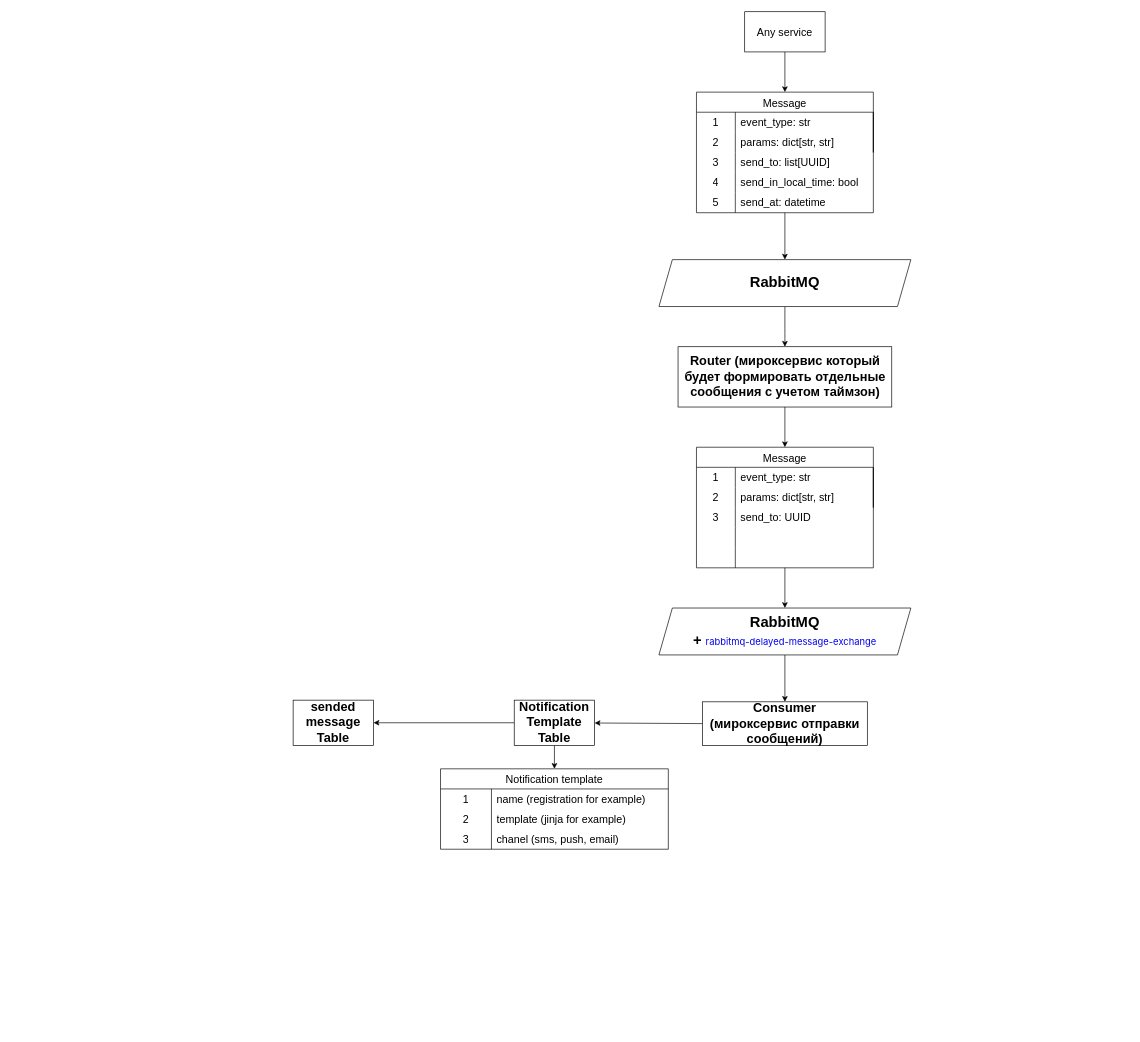
This is notifications/schema.drawio from Alexander-Gorbunov-gth/YP_team_sprint, a draw.io file, before an edit. Source tidied: cells renumbered, new cells numbered last; positions are measured from the earlier drawing's top-left corner, leaving out a move shared by most shapes. Both pictures are drawn from the tidied source at 67%, with x=0, y=0 at pixel (293, 11).
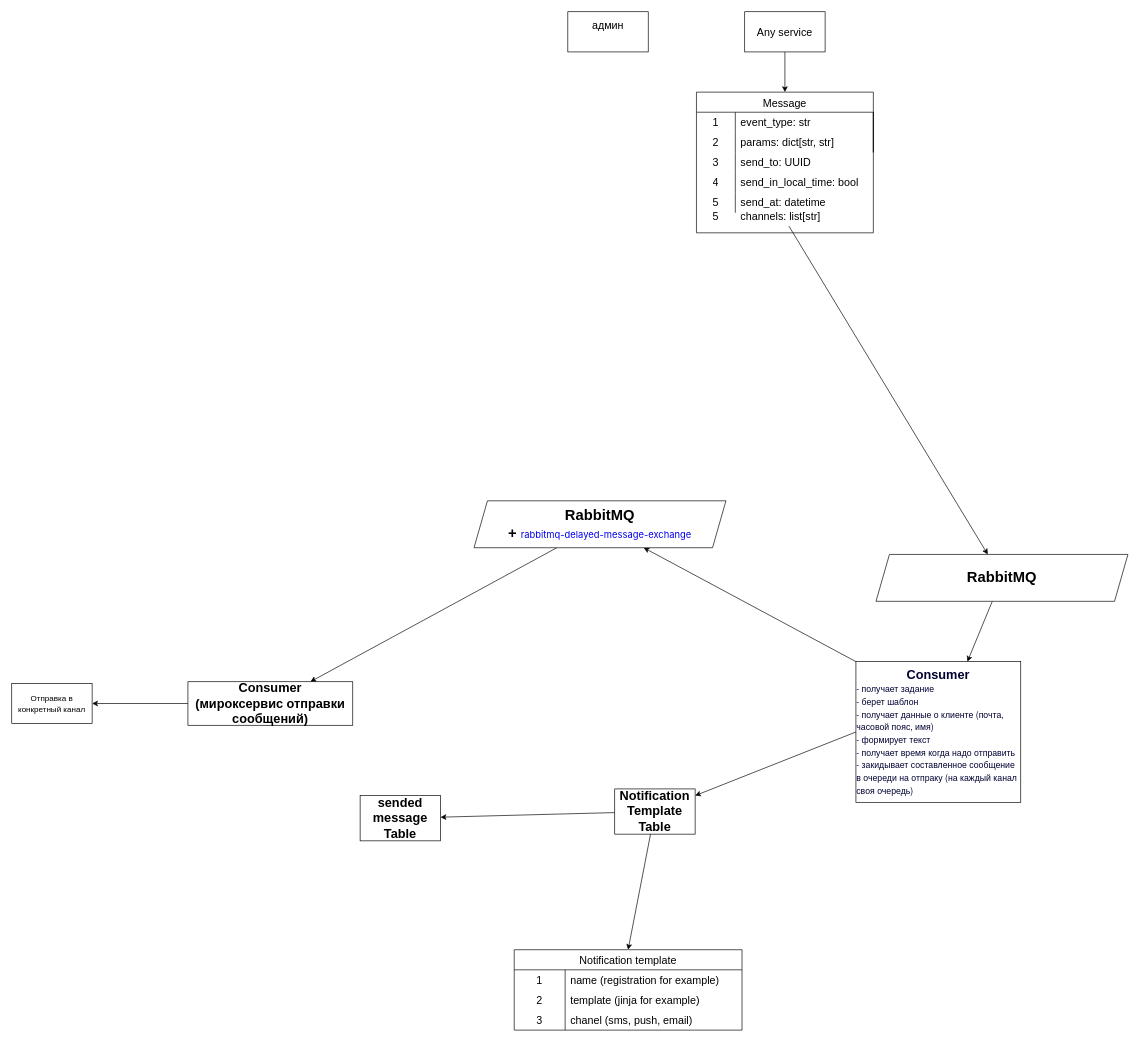
Above is the later version.

Unchanged cells that the change refers to:
```xml
<mxCell id="14" style="shape=tableRow;horizontal=0;startSize=0;swimlaneHead=0;swimlaneBody=0;top=0;left=0;bottom=0;right=0;fillColor=none;strokeColor=inherit;fontSize=16;" parent="5" vertex="1">
  <mxGeometry y="90" width="264" height="30" as="geometry" />
</mxCell>
```

Change to the diagram source:
```diff
@@
-    <mxCell id="2" style="edgeStyle=none;html=1;" parent="1" edge="1" source="3" target="27">
-      <mxGeometry relative="1" as="geometry">
-        <Array as="points">
-          <mxPoint x="734" y="490" />
-        </Array>
-      </mxGeometry>
-    </mxCell>
+    <mxCell id="64" style="edgeStyle=none;html=1;" parent="1" edge="1" source="3" target="41">
+      <mxGeometry relative="1" as="geometry" />
+    </mxCell>
     <mxCell id="3" value="&lt;font style=&quot;font-size: 22px;&quot;&gt;&lt;b&gt;RabbitMQ&lt;/b&gt;&lt;/font&gt;" style="shape=parallelogram;perimeter=parallelogramPerimeter;whiteSpace=wrap;html=1;fixedSize=1;" parent="1" vertex="1">
-      <mxGeometry x="546" y="370" width="376" height="70" as="geometry" />
+      <mxGeometry x="870" y="810" width="376" height="70" as="geometry" />
     </mxCell>
-    <mxCell id="4" style="edgeStyle=none;html=1;" parent="1" edge="1" source="5" target="3">
-      <mxGeometry relative="1" as="geometry" />
-    </mxCell>
     <mxCell id="5" value="Message" style="shape=table;startSize=30;childLayout=tableLayout;rowLines=0;fontStyle=0;strokeColor=default;fontSize=16;" parent="1" vertex="1">
-      <mxGeometry x="602" y="120" width="264" height="180" as="geometry" />
+      <mxGeometry x="602" y="120" width="264" height="210" as="geometry" />
     </mxCell>
@@
-    <mxCell id="16" value="send_to: list[UUID]" style="shape=partialRectangle;html=1;whiteSpace=wrap;fillColor=none;top=0;left=0;bottom=0;right=0;align=left;spacingLeft=6;overflow=hidden;strokeColor=inherit;fontSize=16;" parent="14" vertex="1">
+    <mxCell id="16" value="send_to: UUID" style="shape=partialRectangle;html=1;whiteSpace=wrap;fillColor=none;top=0;left=0;bottom=0;right=0;align=left;spacingLeft=6;overflow=hidden;strokeColor=inherit;fontSize=16;" parent="14" vertex="1">
       <mxGeometry x="58" width="206" height="30" as="geometry" />
     </mxCell>
@@
-    <mxCell id="26" style="edgeStyle=none;html=1;" parent="1" edge="1" source="43" target="41">
+    <mxCell id="26" style="edgeStyle=none;html=1;exitX=0;exitY=0;exitDx=0;exitDy=0;" parent="1" edge="1" source="41" target="43">
       <mxGeometry relative="1" as="geometry" />
     </mxCell>
-    <mxCell id="27" value="&lt;div&gt;&lt;font style=&quot;font-size: 19px;&quot;&gt;&lt;b&gt;Router (мироксервис который будет формировать отдельные сообщения с учетом таймзон)&lt;/b&gt;&lt;/font&gt;&lt;/div&gt;" style="whiteSpace=wrap;html=1;" parent="1" vertex="1">
-      <mxGeometry x="574.5" y="500" width="319" height="90" as="geometry" />
-    </mxCell>
@@
     <mxCell id="30" value="&lt;b&gt;&lt;font style=&quot;font-size: 19px;&quot;&gt;Notification&lt;/font&gt;&lt;/b&gt;&lt;div&gt;&lt;b&gt;&lt;font style=&quot;font-size: 19px;&quot;&gt;Template&lt;/font&gt;&lt;/b&gt;&lt;/div&gt;&lt;div&gt;&lt;b&gt;&lt;font style=&quot;font-size: 19px;&quot;&gt;Table&lt;/font&gt;&lt;/b&gt;&lt;/div&gt;" style="whiteSpace=wrap;html=1;" parent="1" vertex="1">
-      <mxGeometry x="330" y="1027.5" width="120" height="67.5" as="geometry" />
+      <mxGeometry x="480" y="1160" width="120" height="67.5" as="geometry" />
     </mxCell>
     <mxCell id="31" value="Notification template" style="shape=table;startSize=30;childLayout=tableLayout;rowLines=0;fontStyle=0;strokeColor=default;fontSize=16;" parent="1" vertex="1">
-      <mxGeometry x="220" y="1130" width="340" height="120" as="geometry" />
+      <mxGeometry x="330" y="1400" width="340" height="120" as="geometry" />
     </mxCell>
@@
-    <mxCell id="41" value="&lt;font style=&quot;font-size: 19px;&quot;&gt;&lt;b&gt;Consumer&lt;/b&gt;&lt;/font&gt;&lt;div&gt;&lt;font style=&quot;font-size: 19px;&quot;&gt;&lt;b&gt;(мироксервис отправки сообщений)&lt;/b&gt;&lt;/font&gt;&lt;/div&gt;" style="whiteSpace=wrap;html=1;" parent="1" vertex="1">
-      <mxGeometry x="611" y="1030" width="246" height="65" as="geometry" />
+    <mxCell id="41" value="&lt;font style=&quot;font-size: 19px; color: rgb(0, 0, 51);&quot;&gt;&lt;b&gt;Consumer&lt;/b&gt;&lt;/font&gt;&lt;div&gt;&lt;p style=&quot;margin: 0px; font-variant-numeric: normal; font-variant-east-asian: normal; font-variant-alternates: normal; font-size-adjust: none; font-kerning: auto; font-optical-sizing: auto; font-feature-settings: normal; font-variation-settings: normal; font-variant-position: normal; font-variant-emoji: normal; font-stretch: normal; font-size: 13px; line-height: normal; font-family: &amp;quot;Helvetica Neue&amp;quot;; text-align: start;&quot; class=&quot;p1&quot;&gt;&lt;font style=&quot;color: rgb(0, 0, 51);&quot;&gt;- получает задание&lt;/font&gt;&lt;/p&gt;&lt;p style=&quot;margin: 0px; font-variant-numeric: normal; font-variant-east-asian: normal; font-variant-alternates: normal; font-size-adjust: none; font-kerning: auto; font-optical-sizing: auto; font-feature-settings: normal; font-variation-settings: normal; font-variant-position: normal; font-variant-emoji: normal; font-stretch: normal; font-size: 13px; line-height: normal; font-family: &amp;quot;Helvetica Neue&amp;quot;; text-align: start;&quot; class=&quot;p1&quot;&gt;&lt;font style=&quot;color: rgb(0, 0, 51);&quot;&gt;- берет шаблон&lt;/font&gt;&lt;/p&gt;&lt;p style=&quot;margin: 0px; font-variant-numeric: normal; font-variant-east-asian: normal; font-variant-alternates: normal; font-size-adjust: none; font-kerning: auto; font-optical-sizing: auto; font-feature-settings: normal; font-variation-settings: normal; font-variant-position: normal; font-variant-emoji: normal; font-stretch: normal; font-size: 13px; line-height: normal; font-family: &amp;quot;Helvetica Neue&amp;quot;; text-align: start;&quot; class=&quot;p1&quot;&gt;&lt;font style=&quot;color: rgb(0, 0, 51);&quot;&gt;- получает данные о клиенте (почта, часовой пояс, имя)&lt;/font&gt;&lt;/p&gt;&lt;p style=&quot;margin: 0px; font-variant-numeric: normal; font-variant-east-asian: normal; font-variant-alternates: normal; font-size-adjust: none; font-kerning: auto; font-optical-sizing: auto; font-feature-settings: normal; font-variation-settings: normal; font-variant-position: normal; font-variant-emoji: normal; font-stretch: normal; font-size: 13px; line-height: normal; font-family: &amp;quot;Helvetica Neue&amp;quot;; text-align: start;&quot; class=&quot;p1&quot;&gt;&lt;font style=&quot;color: rgb(0, 0, 51);&quot;&gt;- формирует текст&lt;/font&gt;&lt;/p&gt;&lt;p style=&quot;margin: 0px; font-variant-numeric: normal; font-variant-east-asian: normal; font-variant-alternates: normal; font-size-adjust: none; font-kerning: auto; font-optical-sizing: auto; font-feature-settings: normal; font-variation-settings: normal; font-variant-position: normal; font-variant-emoji: normal; font-stretch: normal; font-size: 13px; line-height: normal; font-family: &amp;quot;Helvetica Neue&amp;quot;; text-align: start;&quot; class=&quot;p1&quot;&gt;&lt;font style=&quot;color: rgb(0, 0, 51);&quot;&gt;- получает время когда надо отправить&lt;/font&gt;&lt;/p&gt;&lt;p style=&quot;margin: 0px; font-variant-numeric: normal; font-variant-east-asian: normal; font-variant-alternates: normal; font-size-adjust: none; font-kerning: auto; font-optical-sizing: auto; font-feature-settings: normal; font-variation-settings: normal; font-variant-position: normal; font-variant-emoji: normal; font-stretch: normal; font-size: 13px; line-height: normal; font-family: &amp;quot;Helvetica Neue&amp;quot;; text-align: start;&quot; class=&quot;p1&quot;&gt;&lt;font style=&quot;color: rgb(0, 0, 51);&quot;&gt;- закидывает составленное сообщение в очереди на отпраку (на каждый канал своя очередь)&lt;/font&gt;&lt;/p&gt;&lt;/div&gt;" style="whiteSpace=wrap;html=1;" parent="1" vertex="1">
+      <mxGeometry x="840" y="970" width="246" height="210" as="geometry" />
     </mxCell>
-    <mxCell id="42" style="edgeStyle=none;html=1;entryX=0.5;entryY=0;entryDx=0;entryDy=0;" parent="1" edge="1" source="27" target="46">
-      <mxGeometry relative="1" as="geometry" />
-    </mxCell>
+    <mxCell id="65" style="edgeStyle=none;html=1;" parent="1" edge="1" source="43" target="70">
+      <mxGeometry relative="1" as="geometry" />
+    </mxCell>
     <mxCell id="43" value="&lt;font style=&quot;font-size: 22px;&quot;&gt;&lt;b&gt;RabbitMQ&lt;/b&gt;&lt;/font&gt;&lt;div&gt;&lt;font style=&quot;font-size: 22px;&quot;&gt;&lt;b&gt;+&amp;nbsp;&lt;/b&gt;&lt;/font&gt;&lt;a style=&quot;background: var(--control-transparent-bgColor-hover); font-weight: var(--base-text-weight-semibold); box-sizing: border-box; align-items: center; min-width: 3ch; line-height: var(--text-body-lineHeight-medium, 1.4285714286); border-radius: var(--borderRadius-medium); padding-inline: var(--base-size-6); padding-block: var(--base-size-4); font-family: -apple-system, BlinkMacSystemFont, &amp;quot;Segoe UI&amp;quot;, &amp;quot;Noto Sans&amp;quot;, Helvetica, Arial, sans-serif, &amp;quot;Apple Color Emoji&amp;quot;, &amp;quot;Segoe UI Emoji&amp;quot;; font-size: 14px; text-align: start; display: inline !important; text-decoration-line: none !important;&quot; class=&quot;AppHeader-context-item&quot; id=&quot;contextregion-repositorycrumb-rabbitmq-delayed-message-exchange-link&quot; aria-current=&quot;page&quot; href=&quot;https://github.com/rabbitmq/rabbitmq-delayed-message-exchange&quot; data-analytics-event=&quot;{&amp;quot;category&amp;quot;:&amp;quot;SiteHeaderComponent&amp;quot;,&amp;quot;action&amp;quot;:&amp;quot;context_region_crumb&amp;quot;,&amp;quot;label&amp;quot;:&amp;quot;rabbitmq-delayed-message-exchange&amp;quot;,&amp;quot;screen_size&amp;quot;:&amp;quot;full&amp;quot;}&quot;&gt;&lt;span style=&quot;box-sizing: border-box; display: inline !important; overflow: hidden; text-overflow: ellipsis; text-wrap-mode: nowrap;&quot; class=&quot;AppHeader-context-item-label&quot;&gt;rabbitmq-delayed-message-exchange&lt;/span&gt;&lt;/a&gt;&lt;/div&gt;" style="shape=parallelogram;perimeter=parallelogramPerimeter;whiteSpace=wrap;html=1;fixedSize=1;" parent="1" vertex="1">
-      <mxGeometry x="546" y="890" width="376" height="70" as="geometry" />
+      <mxGeometry x="270" y="730" width="376" height="70" as="geometry" />
     </mxCell>
     <mxCell id="44" value="&lt;span style=&quot;font-size: 19px;&quot;&gt;&lt;b&gt;sended message&lt;/b&gt;&lt;/span&gt;&lt;div&gt;&lt;b&gt;&lt;font style=&quot;font-size: 19px;&quot;&gt;Table&lt;/font&gt;&lt;/b&gt;&lt;/div&gt;" style="whiteSpace=wrap;html=1;" parent="1" vertex="1">
-      <mxGeometry y="1027.5" width="120" height="67.5" as="geometry" />
+      <mxGeometry x="100" y="1170" width="120" height="67.5" as="geometry" />
     </mxCell>
-    <mxCell id="45" style="edgeStyle=none;html=1;" parent="1" edge="1" source="46" target="43">
-      <mxGeometry relative="1" as="geometry" />
+    <mxCell id="45" style="edgeStyle=none;html=1;" parent="1" edge="1" target="3">
+      <mxGeometry relative="1" as="geometry">
+        <mxPoint x="740" y="320" as="sourcePoint" />
+      </mxGeometry>
     </mxCell>
-    <mxCell id="46" value="Message" style="shape=table;startSize=30;childLayout=tableLayout;rowLines=0;fontStyle=0;strokeColor=default;fontSize=16;" parent="1" vertex="1">
-      <mxGeometry x="602" y="650" width="264" height="180" as="geometry" />
-    </mxCell>
-    <mxCell id="47" style="shape=tableRow;horizontal=0;startSize=0;swimlaneHead=0;swimlaneBody=0;top=0;left=0;bottom=0;right=0;fillColor=none;strokeColor=inherit;fontSize=16;" parent="46" vertex="1">
-      <mxGeometry y="30" width="264" height="30" as="geometry" />
-    </mxCell>
-    <mxCell id="48" value="1" style="shape=partialRectangle;html=1;whiteSpace=wrap;fillColor=none;top=0;left=0;bottom=0;right=0;overflow=hidden;strokeColor=inherit;fontSize=16;" parent="47" vertex="1">
-      <mxGeometry width="58" height="30" as="geometry" />
-    </mxCell>
-    <mxCell id="49" value="event_type: str" style="shape=partialRectangle;html=1;whiteSpace=wrap;fillColor=none;top=0;left=0;bottom=0;right=0;align=left;spacingLeft=6;overflow=hidden;strokeColor=inherit;fontSize=16;" parent="47" vertex="1">
-      <mxGeometry x="58" width="206" height="30" as="geometry" />
-    </mxCell>
-    <mxCell id="50" style="shape=tableRow;horizontal=0;startSize=0;swimlaneHead=0;swimlaneBody=0;top=0;left=0;bottom=0;right=0;fillColor=none;strokeColor=inherit;fontSize=16;" parent="46" vertex="1">
-      <mxGeometry y="60" width="264" height="30" as="geometry" />
-    </mxCell>
-    <mxCell id="51" value="2" style="shape=partialRectangle;html=1;whiteSpace=wrap;fillColor=none;top=0;left=0;bottom=0;right=0;overflow=hidden;strokeColor=inherit;fontSize=16;" parent="50" vertex="1">
-      <mxGeometry width="58" height="30" as="geometry" />
-    </mxCell>
-    <mxCell id="52" value="params: dict[str, str]" style="shape=partialRectangle;html=1;whiteSpace=wrap;fillColor=none;top=0;left=0;bottom=0;right=0;align=left;spacingLeft=6;overflow=hidden;strokeColor=inherit;fontSize=16;" parent="50" vertex="1">
-      <mxGeometry x="58" width="206" height="30" as="geometry" />
-    </mxCell>
-    <mxCell id="53" style="shape=waypoint;sketch=0;size=6;fillColor=default;perimeter=centerPerimeter;fontSize=16;rounded=1;startSize=30;fontStyle=0;" parent="50" vertex="1">
-      <mxGeometry x="264" height="30" as="geometry" />
-    </mxCell>
-    <mxCell id="54" style="rounded=1;whiteSpace=wrap;html=1;fontSize=16;startSize=30;fontStyle=0;" parent="50" vertex="1">
-      <mxGeometry height="30" as="geometry" />
-    </mxCell>
-    <mxCell id="55" style="shape=tableRow;horizontal=0;startSize=0;swimlaneHead=0;swimlaneBody=0;top=0;left=0;bottom=0;right=0;fillColor=none;strokeColor=inherit;fontSize=16;" parent="46" vertex="1">
-      <mxGeometry y="90" width="264" height="30" as="geometry" />
-    </mxCell>
-    <mxCell id="56" value="3" style="shape=partialRectangle;html=1;whiteSpace=wrap;fillColor=none;top=0;left=0;bottom=0;right=0;overflow=hidden;strokeColor=inherit;fontSize=16;" parent="55" vertex="1">
-      <mxGeometry width="58" height="30" as="geometry" />
-    </mxCell>
-    <mxCell id="57" value="send_to: UUID" style="shape=partialRectangle;html=1;whiteSpace=wrap;fillColor=none;top=0;left=0;bottom=0;right=0;align=left;spacingLeft=6;overflow=hidden;strokeColor=inherit;fontSize=16;" parent="55" vertex="1">
-      <mxGeometry x="58" width="206" height="30" as="geometry" />
-    </mxCell>
-    <mxCell id="58" style="shape=tableRow;horizontal=0;startSize=0;swimlaneHead=0;swimlaneBody=0;top=0;left=0;bottom=0;right=0;fillColor=none;strokeColor=inherit;fontSize=16;" parent="46" vertex="1">
-      <mxGeometry y="120" width="264" height="30" as="geometry" />
-    </mxCell>
-    <mxCell id="59" style="shape=partialRectangle;html=1;whiteSpace=wrap;fillColor=none;top=0;left=0;bottom=0;right=0;overflow=hidden;strokeColor=inherit;fontSize=16;" parent="58" vertex="1">
-      <mxGeometry width="58" height="30" as="geometry" />
-    </mxCell>
-    <mxCell id="60" style="shape=partialRectangle;html=1;whiteSpace=wrap;fillColor=none;top=0;left=0;bottom=0;right=0;align=left;spacingLeft=6;overflow=hidden;strokeColor=inherit;fontSize=16;" parent="58" vertex="1">
-      <mxGeometry x="58" width="206" height="30" as="geometry" />
-    </mxCell>
-    <mxCell id="61" style="shape=tableRow;horizontal=0;startSize=0;swimlaneHead=0;swimlaneBody=0;top=0;left=0;bottom=0;right=0;fillColor=none;strokeColor=inherit;fontSize=16;" parent="46" vertex="1">
-      <mxGeometry y="150" width="264" height="30" as="geometry" />
-    </mxCell>
-    <mxCell id="62" style="shape=partialRectangle;html=1;whiteSpace=wrap;fillColor=none;top=0;left=0;bottom=0;right=0;overflow=hidden;strokeColor=inherit;fontSize=16;" parent="61" vertex="1">
-      <mxGeometry width="58" height="30" as="geometry" />
-    </mxCell>
-    <mxCell id="63" style="shape=partialRectangle;html=1;whiteSpace=wrap;fillColor=none;top=0;left=0;bottom=0;right=0;align=left;spacingLeft=6;overflow=hidden;strokeColor=inherit;fontSize=16;" parent="61" vertex="1">
-      <mxGeometry x="58" width="206" height="30" as="geometry" />
-    </mxCell>
+    <mxCell id="66" value="админ&lt;div&gt;&lt;br&gt;&lt;/div&gt;" style="whiteSpace=wrap;html=1;fontSize=16;startSize=30;fontStyle=0;" parent="1" vertex="1">
+      <mxGeometry x="410" width="120" height="60" as="geometry" />
+    </mxCell>
+    <mxCell id="67" value="5" style="shape=partialRectangle;html=1;whiteSpace=wrap;fillColor=none;top=0;left=0;bottom=0;right=0;overflow=hidden;strokeColor=inherit;fontSize=16;" parent="1" vertex="1">
+      <mxGeometry x="602" y="290" width="58" height="30" as="geometry" />
+    </mxCell>
+    <mxCell id="68" value="channels: list[str]" style="shape=partialRectangle;html=1;whiteSpace=wrap;fillColor=none;top=0;left=0;bottom=0;right=0;align=left;spacingLeft=6;overflow=hidden;strokeColor=inherit;fontSize=16;" parent="1" vertex="1">
+      <mxGeometry x="660" y="290" width="206" height="30" as="geometry" />
+    </mxCell>
+    <mxCell id="69" style="edgeStyle=none;html=1;" parent="1" edge="1" source="70" target="71">
+      <mxGeometry relative="1" as="geometry" />
+    </mxCell>
+    <mxCell id="70" value="&lt;font style=&quot;font-size: 19px;&quot;&gt;&lt;b&gt;Consumer&lt;/b&gt;&lt;/font&gt;&lt;div&gt;&lt;font style=&quot;font-size: 19px;&quot;&gt;&lt;b&gt;(мироксервис отправки сообщений)&lt;/b&gt;&lt;/font&gt;&lt;/div&gt;" style="whiteSpace=wrap;html=1;" parent="1" vertex="1">
+      <mxGeometry x="-157" y="1000" width="246" height="65" as="geometry" />
+    </mxCell>
+    <mxCell id="71" value="Отправка в конкретный канал" style="whiteSpace=wrap;html=1;" parent="1" vertex="1">
+      <mxGeometry x="-420" y="1002.5" width="120" height="60" as="geometry" />
+    </mxCell>
```
